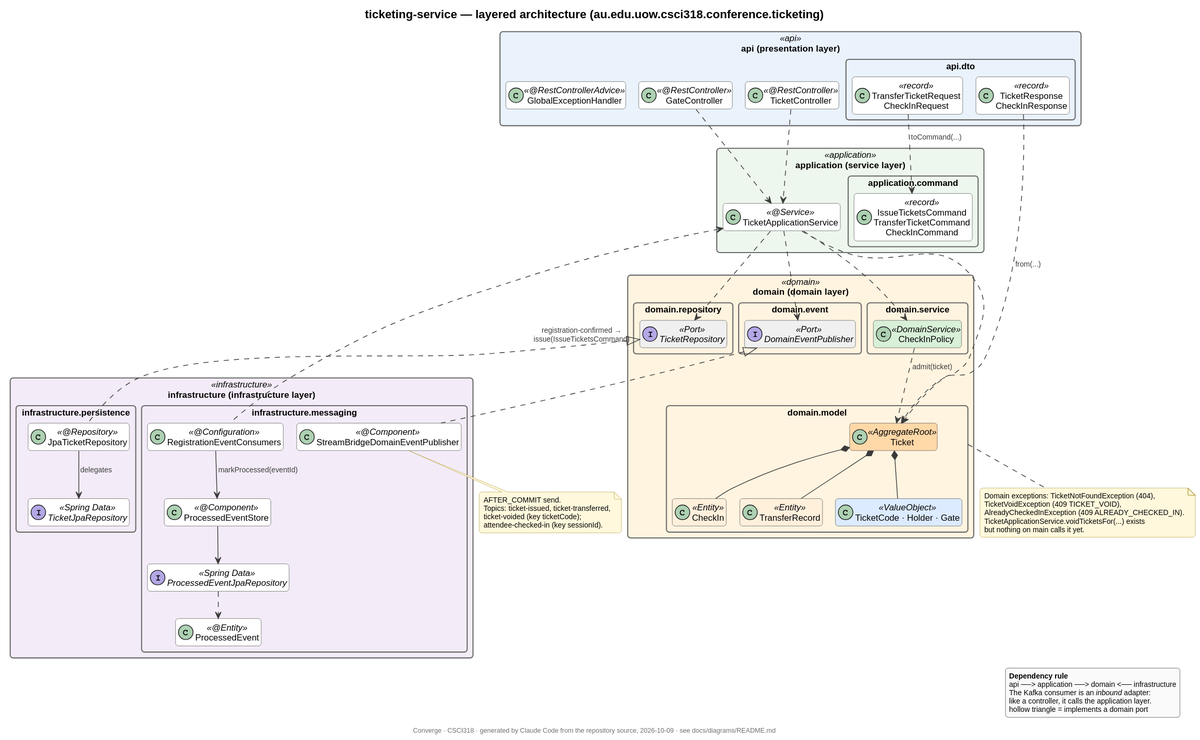
This is docs/diagrams/svg/layers-ticketing.svg from middo221/CSCI318---AI-Microservices-Application, a PlantUML export, as it was before one commit. Source of this version:
```plantuml
@startuml
!pragma layout smetana
!include include/style.iuml
set separator ::
hide empty members
skinparam linetype polyline

title ticketing-service — layered architecture (au.edu.uow.csci318.conference.ticketing)

package "api  (presentation layer)" as api <<api>> {
  class TicketController <<@RestController>>
  class GateController <<@RestController>>
  class GlobalExceptionHandler <<@RestControllerAdvice>>
  package "api.dto" as api_dto {
    class "TransferTicketRequest\nCheckInRequest" as reqs <<record>>
    class "TicketResponse\nCheckInResponse" as resps <<record>>
  }
}

package "application  (service layer)" as application <<application>> {
  class TicketApplicationService <<@Service>>
  package "application.command" as app_cmd {
    class "IssueTicketsCommand\nTransferTicketCommand\nCheckInCommand" as cmds <<record>>
  }
}

package "domain  (domain layer)" as domain <<domain>> {
  package "domain.model" as dom_model {
    class Ticket <<AggregateRoot>>
    class CheckIn <<Entity>>
    class TransferRecord <<Entity>>
    class "TicketCode · Holder · Gate" as vos <<ValueObject>>
  }
  package "domain.service" as dom_service {
    class CheckInPolicy <<DomainService>>
  }
  package "domain.repository" as dom_repo {
    interface TicketRepository <<Port>>
  }
  package "domain.event" as dom_event {
    interface DomainEventPublisher <<Port>>
  }
}

package "infrastructure  (infrastructure layer)" as infrastructure <<infrastructure>> {
  package "infrastructure.messaging" as inf_msg {
    class RegistrationEventConsumers <<@Configuration>>
    class ProcessedEventStore <<@Component>>
    class ProcessedEvent <<@Entity>>
    interface ProcessedEventJpaRepository <<Spring Data>>
    class StreamBridgeDomainEventPublisher <<@Component>>
  }
  package "infrastructure.persistence" as inf_persist {
    class JpaTicketRepository <<@Repository>>
    interface TicketJpaRepository <<Spring Data>>
  }
}

TicketController ..> TicketApplicationService
GateController ..> TicketApplicationService
reqs ..> cmds : toCommand(...)
resps ..> Ticket : from(...)

TicketApplicationService ..> Ticket
TicketApplicationService ..> CheckInPolicy
TicketApplicationService ..> TicketRepository
TicketApplicationService ..> DomainEventPublisher

Ticket *-- CheckIn
Ticket *-- TransferRecord
Ticket *-- vos
CheckInPolicy ..> Ticket : admit(ticket)

TicketRepository <|.. JpaTicketRepository
DomainEventPublisher <|.. StreamBridgeDomainEventPublisher
JpaTicketRepository --> TicketJpaRepository : delegates
ProcessedEventStore --> ProcessedEventJpaRepository
ProcessedEventJpaRepository ..> ProcessedEvent

TicketApplicationService <.. RegistrationEventConsumers : registration-confirmed →\nissue(IssueTicketsCommand)
RegistrationEventConsumers --> ProcessedEventStore : markProcessed(eventId)

note bottom of StreamBridgeDomainEventPublisher
  AFTER_COMMIT send.
  Topics: ticket-issued, ticket-transferred,
  ticket-voided (key ticketCode);
  attendee-checked-in (key sessionId).
end note

note bottom of dom_model
  Domain exceptions: TicketNotFoundException (404),
  TicketVoidException (409 TICKET_VOID),
  AlreadyCheckedInException (409 ALREADY_CHECKED_IN).
  TicketApplicationService.voidTicketsFor(...) exists
  but nothing on main calls it yet.
end note

legend right
  <b>Dependency rule</b>
  api ──> application ──> domain <── infrastructure
  The Kafka consumer is an <i>inbound</i> adapter:
  like a controller, it calls the application layer.
  hollow triangle = implements a domain port
endlegend
@enduml
```
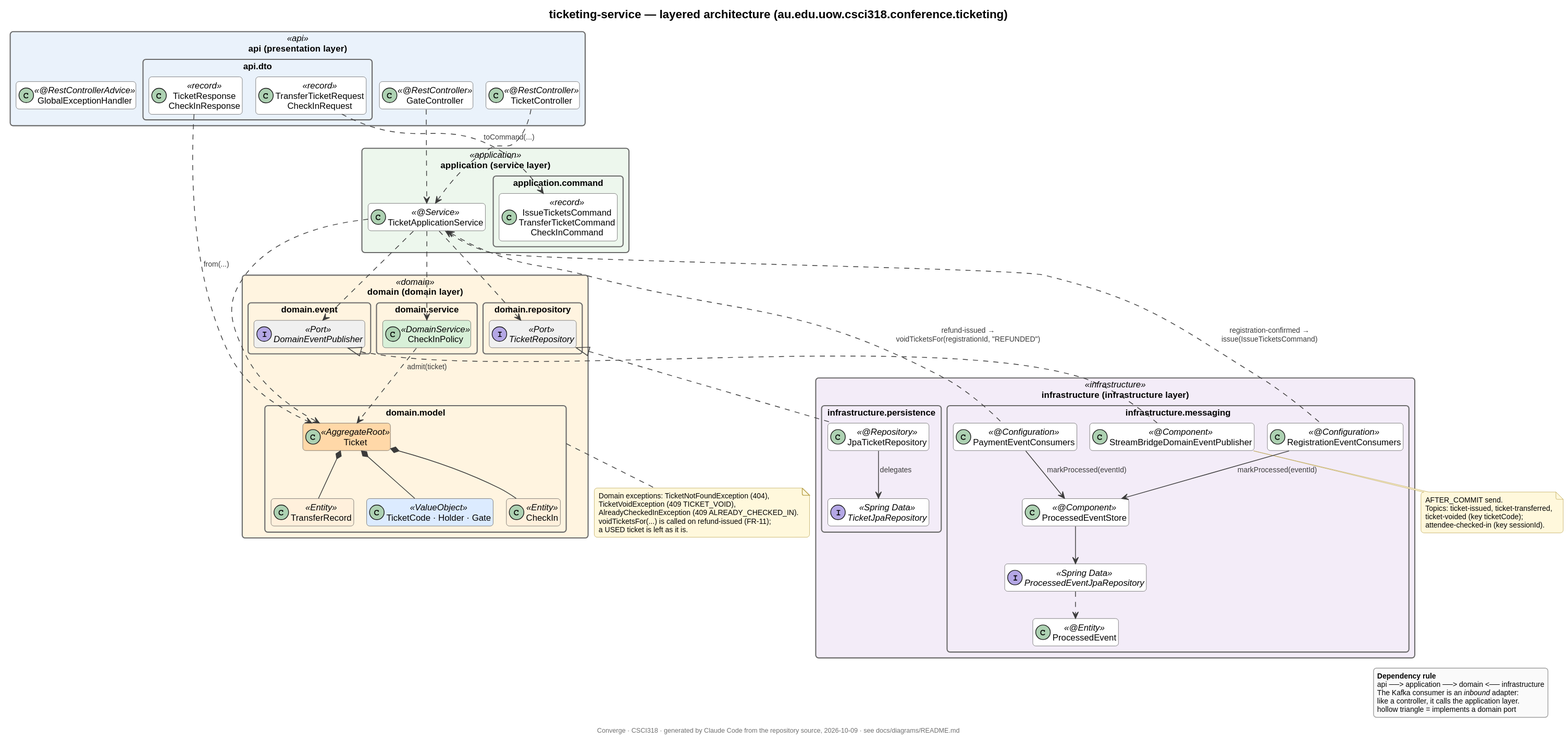
Later version of the same file.

The edit, as a diff of the source:
```diff
@@ -45,6 +45,7 @@
 package "infrastructure  (infrastructure layer)" as infrastructure <<infrastructure>> {
   package "infrastructure.messaging" as inf_msg {
     class RegistrationEventConsumers <<@Configuration>>
+    class PaymentEventConsumers <<@Configuration>>
     class ProcessedEventStore <<@Component>>
     class ProcessedEvent <<@Entity>>
     interface ProcessedEventJpaRepository <<Spring Data>>
@@ -79,6 +80,8 @@
 
 TicketApplicationService <.. RegistrationEventConsumers : registration-confirmed →\nissue(IssueTicketsCommand)
 RegistrationEventConsumers --> ProcessedEventStore : markProcessed(eventId)
+TicketApplicationService <.. PaymentEventConsumers : refund-issued →\nvoidTicketsFor(registrationId, "REFUNDED")
+PaymentEventConsumers --> ProcessedEventStore : markProcessed(eventId)
 
 note bottom of StreamBridgeDomainEventPublisher
   AFTER_COMMIT send.
@@ -91,8 +94,8 @@
   Domain exceptions: TicketNotFoundException (404),
   TicketVoidException (409 TICKET_VOID),
   AlreadyCheckedInException (409 ALREADY_CHECKED_IN).
-  TicketApplicationService.voidTicketsFor(...) exists
-  but nothing on main calls it yet.
+  voidTicketsFor(...) is called on refund-issued (FR-11);
+  a USED ticket is left as it is.
 end note
 
 legend right
```
